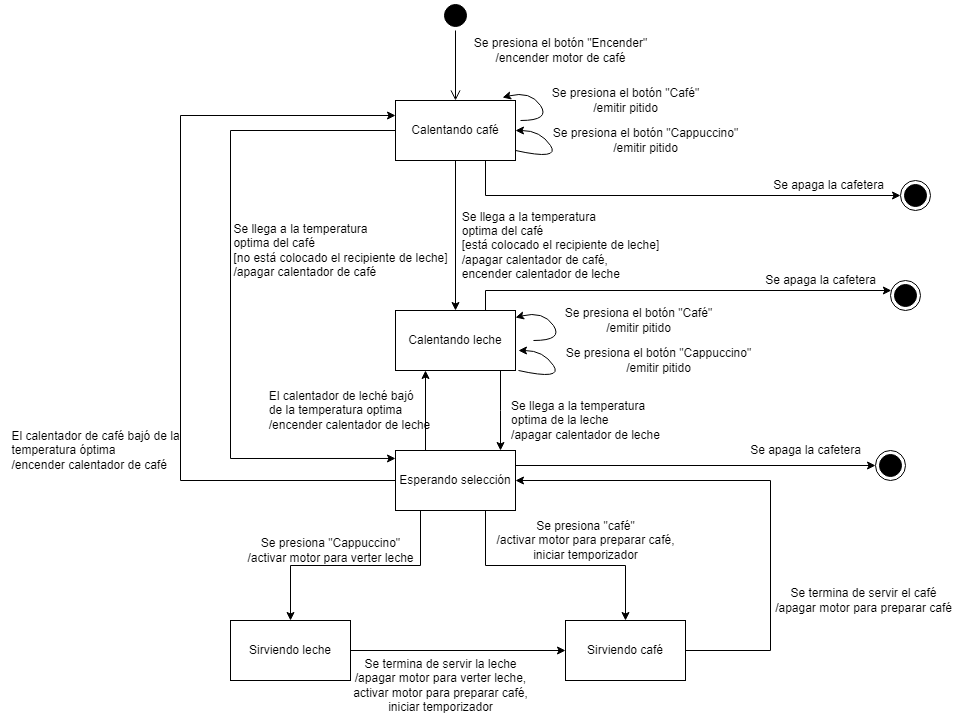
Earlier version of the draw.io export Practica 4/ejercicio11.png (JuCenBer/IS1-Ingenieria_de_Software1). Source tidied: cells renumbered, new cells last; positions are measured from the earlier drawing's top-left corner, leaving out a move shared by most shapes.
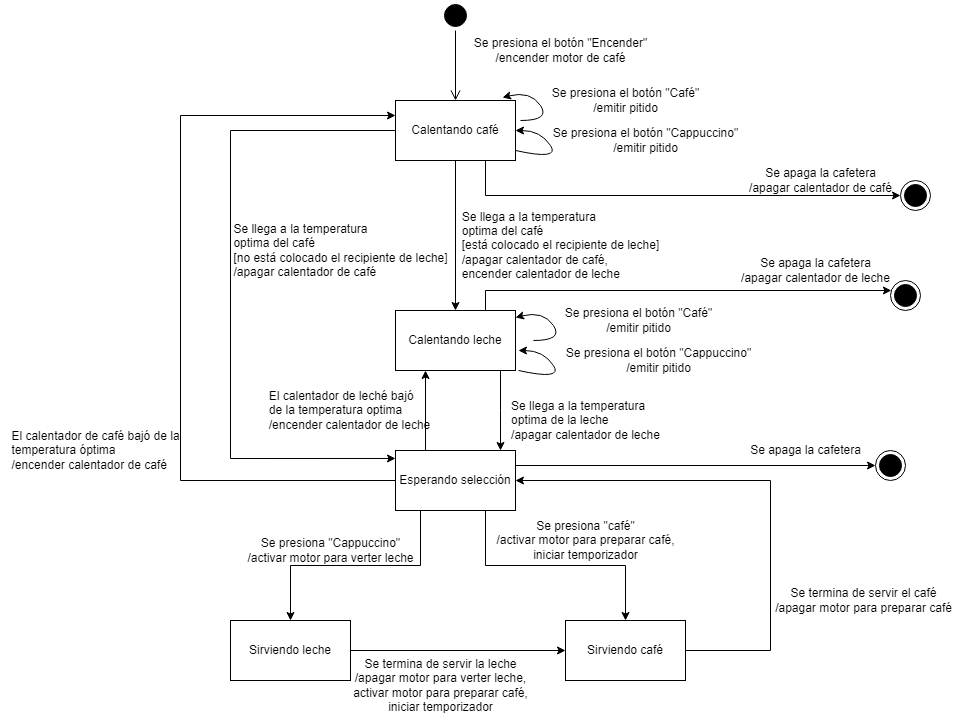
The same diagram one commit later.

Diff of the diagram source:
```diff
@@ -176,14 +176,14 @@
     <mxCell id="41" style="ellipse;html=1;shape=endState;fillColor=#000000;strokeColor=#000000;" parent="1" vertex="1">
       <mxGeometry x="900" y="180" width="30" height="30" as="geometry" />
     </mxCell>
-    <mxCell id="42" value="Se apaga la cafetera" style="text;html=1;align=center;verticalAlign=middle;strokeColor=none;fillColor=none;" parent="1" vertex="1">
-      <mxGeometry x="763" y="170" width="130" height="30" as="geometry" />
+    <mxCell id="42" value="Se apaga la cafetera&lt;br&gt;/apagar calentador de café" style="text;html=1;align=center;verticalAlign=middle;strokeColor=none;fillColor=none;" parent="1" vertex="1">
+      <mxGeometry x="735" y="160" width="170" height="40" as="geometry" />
     </mxCell>
     <mxCell id="43" style="ellipse;html=1;shape=endState;fillColor=#000000;strokeColor=#000000;" parent="1" vertex="1">
       <mxGeometry x="890" y="280" width="30" height="30" as="geometry" />
     </mxCell>
-    <mxCell id="44" value="Se apaga la cafetera" style="text;html=1;align=center;verticalAlign=middle;strokeColor=none;fillColor=none;" parent="1" vertex="1">
-      <mxGeometry x="755" y="265" width="130" height="30" as="geometry" />
+    <mxCell id="44" value="Se apaga la cafetera&lt;br&gt;/apagar calentador de leche" style="text;html=1;align=center;verticalAlign=middle;strokeColor=none;fillColor=none;" parent="1" vertex="1">
+      <mxGeometry x="730" y="250" width="170" height="40" as="geometry" />
     </mxCell>
   </root>
 </mxGraphModel>
```
